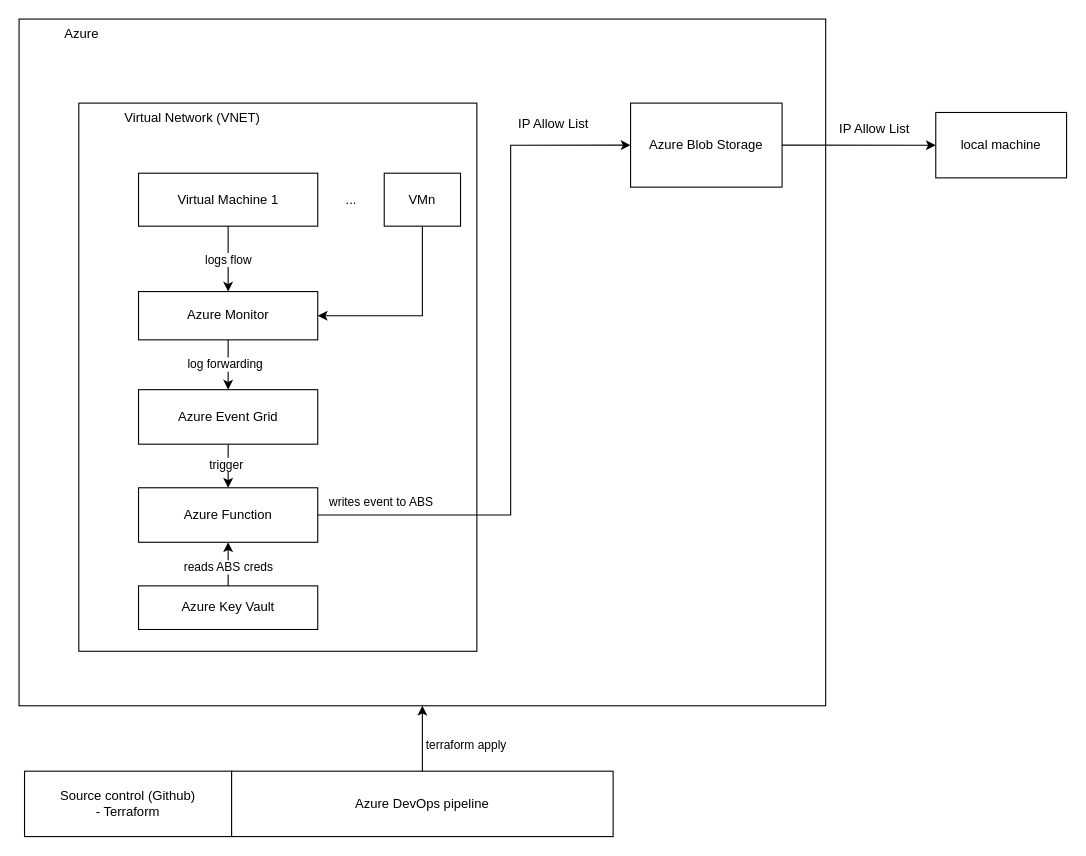
Earlier version of the draw.io diagram docs/assets/diagrams.drawio (agu3rra/devsecops-workshop). Source tidied: cells renumbered, new cells numbered last; positions are measured from the earlier drawing's top-left corner, leaving out a move shared by most shapes. Both pictures are drawn from the tidied source at 109%, with x=0, y=0 at pixel (19, 19).
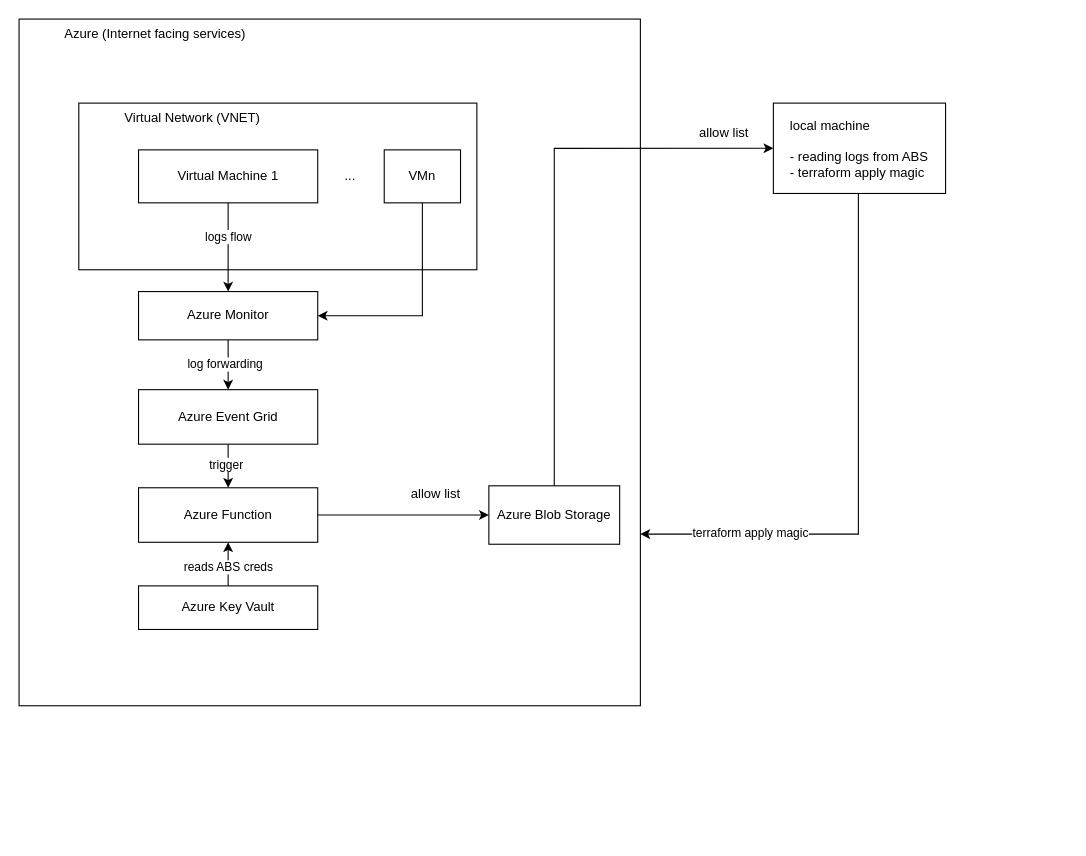
The same diagram, later.

Commit message (it also covers changes not shown here):
updated diagram based on new udnerstanding of VNET and Azure services

The change refers to these unchanged cells:
```xml
<mxCell id="5" style="edgeStyle=orthogonalEdgeStyle;rounded=0;jettySize=auto;html=1;exitX=0.5;exitY=1;exitDx=0;exitDy=0;entryX=0.5;entryY=0;entryDx=0;entryDy=0;" parent="2" edge="1" source="7" target="14">
  <mxGeometry relative="1" as="geometry" />
</mxCell>
<mxCell id="15" value="Azure Function" style="rounded=0;whiteSpace=wrap;html=1;" parent="2" vertex="1">
  <mxGeometry x="109.6" y="430" width="164.4" height="50" as="geometry" />
</mxCell>
```

Change to the diagram source:
```diff
@@
     <mxCell id="2" style="group;" parent="1" vertex="1">
-      <mxGeometry width="740" height="630" as="geometry" />
+      <mxGeometry width="850" height="630" as="geometry" />
     </mxCell>
-    <mxCell id="3" value="&lt;blockquote style=&quot;margin: 0 0 0 40px; border: none; padding: 0px;&quot;&gt;Azure&lt;/blockquote&gt;" style="rounded=0;whiteSpace=wrap;html=1;verticalAlign=top;align=left;" parent="2" vertex="1">
-      <mxGeometry width="740" height="630" as="geometry" />
+    <mxCell id="3" value="&lt;blockquote style=&quot;margin: 0 0 0 40px; border: none; padding: 0px;&quot;&gt;Azure (Internet facing services)&lt;/blockquote&gt;" style="rounded=0;whiteSpace=wrap;html=1;verticalAlign=top;align=left;" parent="2" vertex="1">
+      <mxGeometry width="570" height="630" as="geometry" />
     </mxCell>
     <mxCell id="4" value="&lt;blockquote style=&quot;margin: 0 0 0 40px; border: none; padding: 0px;&quot;&gt;Virtual Network (VNET)&lt;/blockquote&gt;" style="rounded=0;whiteSpace=wrap;html=1;align=left;horizontal=1;verticalAlign=top;" parent="2" vertex="1">
-      <mxGeometry x="54.8" y="77.1" width="365.2" height="502.9" as="geometry" />
+      <mxGeometry x="54.8" y="77.1" width="365.2" height="152.9" as="geometry" />
     </mxCell>
@@
     <mxCell id="6" value="logs flow" style="edgeLabel;html=1;align=center;verticalAlign=middle;" parent="5" vertex="1">
-      <mxGeometry relative="1" as="geometry" />
+      <mxGeometry relative="1" as="geometry">
+        <mxPoint y="-10" as="offset" />
+      </mxGeometry>
     </mxCell>
     <mxCell id="7" value="Virtual Machine 1" style="rounded=0;whiteSpace=wrap;html=1;" parent="2" vertex="1">
-      <mxGeometry x="109.6" y="141.4" width="164.4" height="48.6" as="geometry" />
+      <mxGeometry x="109.6" y="120" width="164.4" height="48.6" as="geometry" />
     </mxCell>
     <mxCell id="8" value="Azure Blob Storage" style="rounded=0;whiteSpace=wrap;html=1;" parent="2" vertex="1">
-      <mxGeometry x="561" y="77.1" width="139" height="77.1" as="geometry" />
+      <mxGeometry x="431" y="428.2" width="120" height="53.6" as="geometry" />
     </mxCell>
-    <mxCell id="9" style="edgeStyle=orthogonalEdgeStyle;rounded=0;jettySize=auto;html=1;exitX=1;exitY=0.5;exitDx=0;exitDy=0;entryX=0;entryY=0.5;entryDx=0;entryDy=0;" parent="2" edge="1" source="15" target="8">
-      <mxGeometry relative="1" as="geometry">
-        <Array as="points">
-          <mxPoint x="451" y="455" />
-          <mxPoint x="451" y="116" />
-        </Array>
-      </mxGeometry>
-    </mxCell>
-    <mxCell id="10" value="writes event to ABS" style="edgeLabel;html=1;align=center;verticalAlign=middle;" parent="9" vertex="1">
-      <mxGeometry x="-0.05" y="-3" relative="1" as="geometry">
-        <mxPoint x="-123" y="107" as="offset" />
-      </mxGeometry>
-    </mxCell>
-    <mxCell id="11" value="IP Allow List" style="text;html=1;strokeColor=none;fillColor=none;align=center;verticalAlign=middle;whiteSpace=wrap;rounded=0;" parent="2" vertex="1">
-      <mxGeometry x="429" y="77.1" width="123.3" height="38.6" as="geometry" />
+    <mxCell id="11" value="allow list" style="text;html=1;strokeColor=none;fillColor=none;align=center;verticalAlign=middle;whiteSpace=wrap;rounded=0;" parent="2" vertex="1">
+      <mxGeometry x="321" y="416.4" width="123.3" height="38.6" as="geometry" />
     </mxCell>
@@
+    <mxCell id="9" style="edgeStyle=orthogonalEdgeStyle;rounded=0;jettySize=auto;html=1;exitX=1;exitY=0.5;exitDx=0;exitDy=0;" parent="2" edge="1" source="15" target="8">
+      <mxGeometry relative="1" as="geometry" />
+    </mxCell>
@@
     <mxCell id="23" value="VMn" style="rounded=0;whiteSpace=wrap;html=1;" parent="2" vertex="1">
-      <mxGeometry x="335" y="141.4" width="70" height="48.6" as="geometry" />
+      <mxGeometry x="335" y="120" width="70" height="48.6" as="geometry" />
     </mxCell>
     <mxCell id="24" value="..." style="text;html=1;strokeColor=none;fillColor=none;align=center;verticalAlign=middle;whiteSpace=wrap;rounded=0;" parent="2" vertex="1">
-      <mxGeometry x="275" y="150.7" width="60" height="30" as="geometry" />
+      <mxGeometry x="274.1" y="129.3" width="60" height="30" as="geometry" />
     </mxCell>
-    <mxCell id="25" value="Source control (Github)&lt;br&gt;- Terraform" style="rounded=0;whiteSpace=wrap;html=1;" parent="1" vertex="1">
-      <mxGeometry x="5" y="690" width="190" height="60" as="geometry" />
-    </mxCell>
-    <mxCell id="26" value="Azure DevOps pipeline" style="rounded=0;whiteSpace=wrap;html=1;" parent="1" vertex="1">
-      <mxGeometry x="195" y="690" width="350" height="60" as="geometry" />
-    </mxCell>
-    <mxCell id="27" style="edgeStyle=orthogonalEdgeStyle;rounded=0;jettySize=auto;html=1;exitX=0.5;exitY=0;exitDx=0;exitDy=0;" parent="1" edge="1" source="26" target="3">
-      <mxGeometry relative="1" as="geometry" />
-    </mxCell>
-    <mxCell id="28" value="terraform apply" style="edgeLabel;html=1;align=center;verticalAlign=middle;" parent="27" vertex="1">
-      <mxGeometry x="-0.07" y="2" relative="1" as="geometry">
-        <mxPoint x="41" y="3" as="offset" />
-      </mxGeometry>
-    </mxCell>
+    <mxCell id="32" style="edgeStyle=orthogonalEdgeStyle;rounded=0;jettySize=auto;html=1;entryX=1;entryY=0.75;entryDx=0;entryDy=0;" parent="2" edge="1" source="29" target="3">
+      <mxGeometry relative="1" as="geometry">
+        <Array as="points">
+          <mxPoint x="770" y="473" />
+        </Array>
+      </mxGeometry>
+    </mxCell>
+    <mxCell id="33" value="terraform apply magic" style="edgeLabel;html=1;align=center;verticalAlign=middle;" parent="32" vertex="1">
+      <mxGeometry x="0.61" y="-1" relative="1" as="geometry">
+        <mxPoint x="1" as="offset" />
+      </mxGeometry>
+    </mxCell>
-    <mxCell id="29" value="local machine" style="rounded=0;whiteSpace=wrap;html=1;" parent="1" vertex="1">
-      <mxGeometry x="841" y="85.7" width="120" height="60" as="geometry" />
+    <mxCell id="29" value="&lt;div style=&quot;text-align: left;&quot;&gt;&lt;span style=&quot;background-color: initial;&quot;&gt;local machine&lt;/span&gt;&lt;/div&gt;&lt;div style=&quot;text-align: left;&quot;&gt;&lt;span style=&quot;background-color: initial;&quot;&gt;&lt;br&gt;&lt;/span&gt;&lt;/div&gt;&lt;div style=&quot;text-align: left;&quot;&gt;&lt;span style=&quot;background-color: initial;&quot;&gt;- reading logs from ABS&lt;/span&gt;&lt;/div&gt;&lt;div style=&quot;text-align: left;&quot;&gt;&lt;span style=&quot;background-color: initial;&quot;&gt;- terraform apply magic&lt;/span&gt;&lt;/div&gt;" style="rounded=0;whiteSpace=wrap;html=1;" parent="2" vertex="1">
+      <mxGeometry x="692" y="77.1" width="158" height="82.9" as="geometry" />
     </mxCell>
-    <mxCell id="30" value="IP Allow List" style="text;html=1;strokeColor=none;fillColor=none;align=center;verticalAlign=middle;whiteSpace=wrap;rounded=0;" parent="1" vertex="1">
-      <mxGeometry x="740" y="85.7" width="90" height="30" as="geometry" />
+    <mxCell id="30" value="allow list" style="text;html=1;strokeColor=none;fillColor=none;align=center;verticalAlign=middle;whiteSpace=wrap;rounded=0;" parent="2" vertex="1">
+      <mxGeometry x="602" y="90" width="90" height="30" as="geometry" />
     </mxCell>
-    <mxCell id="31" style="edgeStyle=orthogonalEdgeStyle;rounded=0;jettySize=auto;html=1;exitX=1;exitY=0.5;exitDx=0;exitDy=0;entryX=0;entryY=0.5;entryDx=0;entryDy=0;" parent="1" edge="1" source="8" target="29">
+    <mxCell id="31" style="edgeStyle=orthogonalEdgeStyle;rounded=0;jettySize=auto;html=1;exitX=0.5;exitY=0;exitDx=0;exitDy=0;entryX=0;entryY=0.5;entryDx=0;entryDy=0;" parent="2" edge="1" source="8" target="29">
       <mxGeometry relative="1" as="geometry" />
     </mxCell>
```
